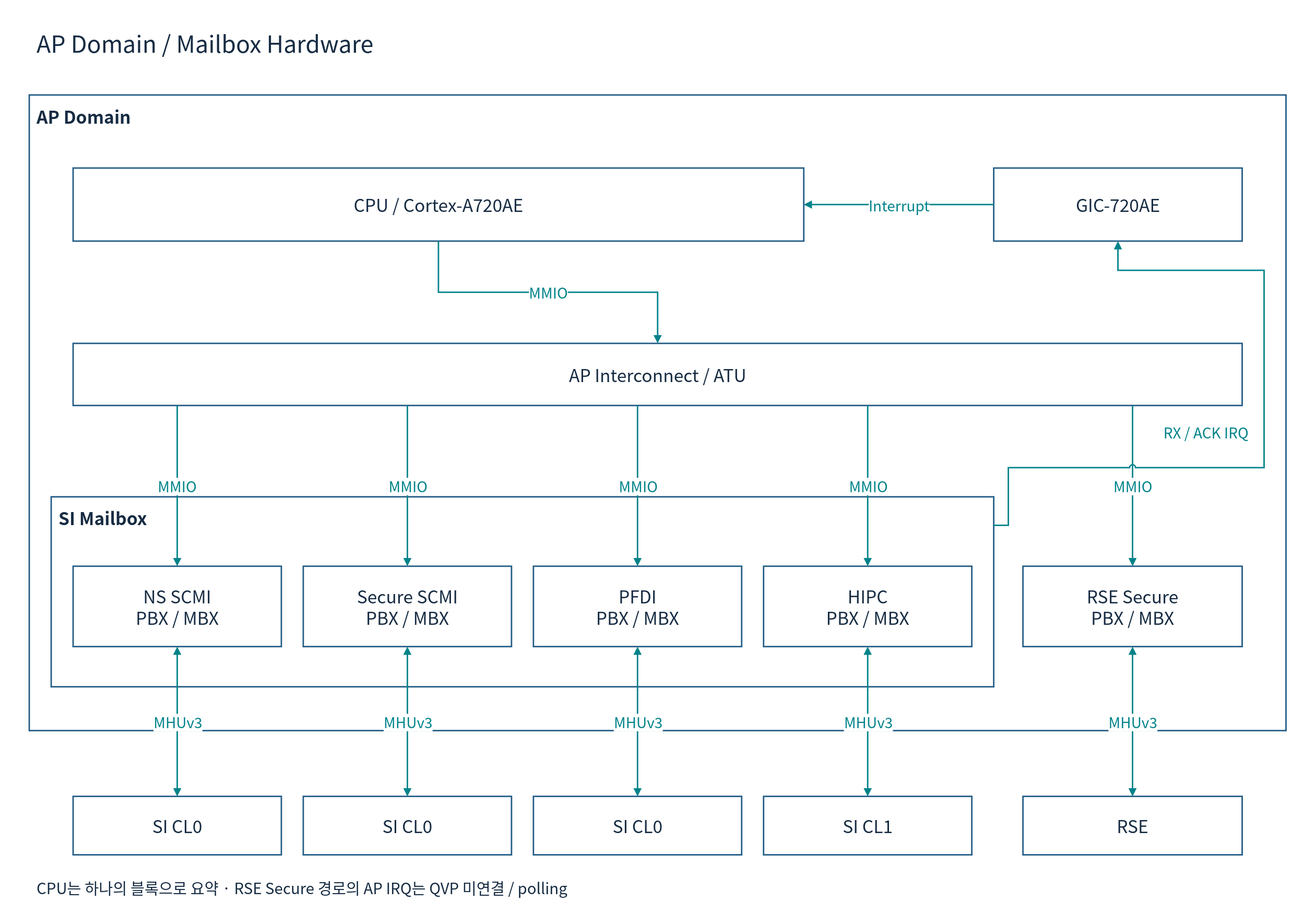
cometzero/project-apollo keeps this draw.io diagram as doc/phase1/mailbox/diagrams/03-ap-hardware.drawio.svg. Above is the earlier version. Source tidied: cells renumbered, new cells last; positions are measured from the earlier drawing's top-left corner, leaving out a move shared by most shapes.
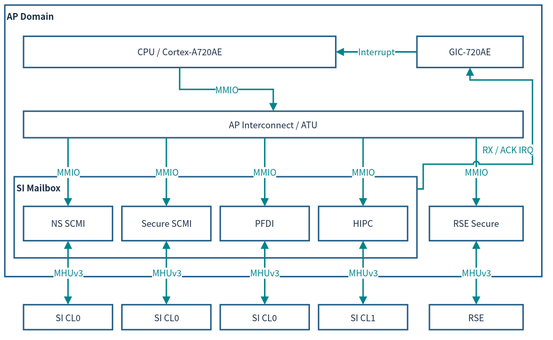
The same diagram one commit later.

What changed in the source:
```diff
@@ -2,107 +2,98 @@
   <root>
     <mxCell id="0" />
     <mxCell id="1" parent="0" />
-    <mxCell id="2" style="rounded=0;whiteSpace=wrap;html=1;fillColor=#FFFFFF;strokeColor=#235D86;strokeWidth=2;fontColor=#172C43;fontFamily=Noto Sans CJK KR;fontSize=24;spacing=10;strokeColor=none;" parent="1" vertex="1">
-      <mxGeometry width="1800" height="1250" as="geometry" />
-    </mxCell>
-    <mxCell id="3" value="AP Domain / Mailbox Hardware" style="rounded=0;whiteSpace=wrap;html=1;fillColor=#FFFFFF;strokeColor=#235D86;strokeWidth=2;fontColor=#172C43;fontFamily=Noto Sans CJK KR;fontSize=24;spacing=10;strokeColor=none;fontSize=32;align=left;" parent="1" vertex="1">
-      <mxGeometry x="40" y="25" width="1720" height="65" as="geometry" />
-    </mxCell>
-    <mxCell id="4" value="AP Domain" style="rounded=0;whiteSpace=wrap;html=1;fillColor=#FFFFFF;strokeColor=#235D86;strokeWidth=2;fontColor=#172C43;fontFamily=Noto Sans CJK KR;fontSize=24;spacing=10;verticalAlign=top;align=left;fontStyle=1;" parent="1" vertex="1">
-      <mxGeometry x="40" y="130" width="1720" height="870" as="geometry" />
+    <mxCell id="4" value="AP Domain" style="rounded=0;whiteSpace=wrap;html=1;fillColor=#FFFFFF;strokeColor=#235D86;strokeWidth=2;fontColor=#172C43;fontFamily=Noto Sans CJK KR;verticalAlign=top;align=left;fontStyle=1;fontSize=12;spacing=3;whiteSpace=wrap;" parent="1" vertex="1">
+      <mxGeometry x="16.3" y="27" width="735.7" height="372.1" as="geometry" />
     </mxCell>
-    <mxCell id="5" value="CPU / Cortex-A720AE" style="rounded=0;whiteSpace=wrap;html=1;fillColor=#FFFFFF;strokeColor=#235D86;strokeWidth=2;fontColor=#172C43;fontFamily=Noto Sans CJK KR;fontSize=24;spacing=10;" parent="4" vertex="1">
-      <mxGeometry x="60" y="100" width="1000" height="100" as="geometry" />
+    <mxCell id="5" value="CPU / Cortex-A720AE" style="rounded=0;whiteSpace=wrap;html=1;fillColor=#FFFFFF;strokeColor=#235D86;strokeWidth=2;fontColor=#172C43;fontFamily=Noto Sans CJK KR;fontSize=12;spacing=3;whiteSpace=wrap;" parent="4" vertex="1">
+      <mxGeometry x="25.7" y="42.8" width="427.8" height="42.8" as="geometry" />
     </mxCell>
-    <mxCell id="6" value="GIC-720AE" style="rounded=0;whiteSpace=wrap;html=1;fillColor=#FFFFFF;strokeColor=#235D86;strokeWidth=2;fontColor=#172C43;fontFamily=Noto Sans CJK KR;fontSize=24;spacing=10;" parent="4" vertex="1">
-      <mxGeometry x="1320" y="100" width="340" height="100" as="geometry" />
+    <mxCell id="6" value="GIC-720AE" style="rounded=0;whiteSpace=wrap;html=1;fillColor=#FFFFFF;strokeColor=#235D86;strokeWidth=2;fontColor=#172C43;fontFamily=Noto Sans CJK KR;fontSize=12;spacing=3;whiteSpace=wrap;" parent="4" vertex="1">
+      <mxGeometry x="564.6" y="42.8" width="145.4" height="42.8" as="geometry" />
     </mxCell>
-    <mxCell id="7" value="AP Interconnect / ATU" style="rounded=0;whiteSpace=wrap;html=1;fillColor=#FFFFFF;strokeColor=#235D86;strokeWidth=2;fontColor=#172C43;fontFamily=Noto Sans CJK KR;fontSize=24;spacing=10;" parent="4" vertex="1">
-      <mxGeometry x="60" y="340" width="1600" height="85" as="geometry" />
+    <mxCell id="7" value="AP Interconnect / ATU" style="rounded=0;whiteSpace=wrap;html=1;fillColor=#FFFFFF;strokeColor=#235D86;strokeWidth=2;fontColor=#172C43;fontFamily=Noto Sans CJK KR;fontSize=12;spacing=3;whiteSpace=wrap;" parent="4" vertex="1">
+      <mxGeometry x="25.7" y="145.4" width="684.4" height="36.4" as="geometry" />
     </mxCell>
-    <mxCell id="8" value="SI Mailbox" style="rounded=0;whiteSpace=wrap;html=1;fillColor=#FFFFFF;strokeColor=#235D86;strokeWidth=2;fontColor=#172C43;fontFamily=Noto Sans CJK KR;fontSize=24;spacing=10;verticalAlign=top;align=left;fontStyle=1;" parent="4" vertex="1">
-      <mxGeometry x="30" y="550" width="1290" height="260" as="geometry" />
+    <mxCell id="8" value="SI Mailbox" style="rounded=0;whiteSpace=wrap;html=1;fillColor=#FFFFFF;strokeColor=#235D86;strokeWidth=2;fontColor=#172C43;fontFamily=Noto Sans CJK KR;verticalAlign=top;align=left;fontStyle=1;fontSize=12;spacing=3;whiteSpace=wrap;" parent="4" vertex="1">
+      <mxGeometry x="12.8" y="235.3" width="551.8" height="111.2" as="geometry" />
     </mxCell>
-    <mxCell id="9" value="NS SCMI&lt;br&gt;PBX / MBX" style="rounded=0;whiteSpace=wrap;html=1;fillColor=#FFFFFF;strokeColor=#235D86;strokeWidth=2;fontColor=#172C43;fontFamily=Noto Sans CJK KR;fontSize=24;spacing=10;" parent="8" vertex="1">
-      <mxGeometry x="30" y="95" width="285" height="110" as="geometry" />
+    <mxCell id="9" value="NS SCMI" style="rounded=0;whiteSpace=wrap;html=1;fillColor=#FFFFFF;strokeColor=#235D86;strokeWidth=2;fontColor=#172C43;fontFamily=Noto Sans CJK KR;fontSize=12;spacing=3;whiteSpace=wrap;" parent="8" vertex="1">
+      <mxGeometry x="12.8" y="40.6" width="121.9" height="47" as="geometry" />
     </mxCell>
-    <mxCell id="10" value="Secure SCMI&lt;br&gt;PBX / MBX" style="rounded=0;whiteSpace=wrap;html=1;fillColor=#FFFFFF;strokeColor=#235D86;strokeWidth=2;fontColor=#172C43;fontFamily=Noto Sans CJK KR;fontSize=24;spacing=10;" parent="8" vertex="1">
-      <mxGeometry x="345" y="95" width="285" height="110" as="geometry" />
+    <mxCell id="10" value="Secure SCMI" style="rounded=0;whiteSpace=wrap;html=1;fillColor=#FFFFFF;strokeColor=#235D86;strokeWidth=2;fontColor=#172C43;fontFamily=Noto Sans CJK KR;fontSize=12;spacing=3;whiteSpace=wrap;" parent="8" vertex="1">
+      <mxGeometry x="147.6" y="40.6" width="121.9" height="47" as="geometry" />
     </mxCell>
-    <mxCell id="11" value="PFDI&lt;br&gt;PBX / MBX" style="rounded=0;whiteSpace=wrap;html=1;fillColor=#FFFFFF;strokeColor=#235D86;strokeWidth=2;fontColor=#172C43;fontFamily=Noto Sans CJK KR;fontSize=24;spacing=10;" parent="8" vertex="1">
-      <mxGeometry x="660" y="95" width="285" height="110" as="geometry" />
+    <mxCell id="11" value="PFDI" style="rounded=0;whiteSpace=wrap;html=1;fillColor=#FFFFFF;strokeColor=#235D86;strokeWidth=2;fontColor=#172C43;fontFamily=Noto Sans CJK KR;fontSize=12;spacing=3;whiteSpace=wrap;" parent="8" vertex="1">
+      <mxGeometry x="282.3" y="40.6" width="121.9" height="47" as="geometry" />
     </mxCell>
-    <mxCell id="12" value="HIPC&lt;br&gt;PBX / MBX" style="rounded=0;whiteSpace=wrap;html=1;fillColor=#FFFFFF;strokeColor=#235D86;strokeWidth=2;fontColor=#172C43;fontFamily=Noto Sans CJK KR;fontSize=24;spacing=10;" parent="8" vertex="1">
-      <mxGeometry x="975" y="95" width="285" height="110" as="geometry" />
+    <mxCell id="12" value="HIPC" style="rounded=0;whiteSpace=wrap;html=1;fillColor=#FFFFFF;strokeColor=#235D86;strokeWidth=2;fontColor=#172C43;fontFamily=Noto Sans CJK KR;fontSize=12;spacing=3;whiteSpace=wrap;" parent="8" vertex="1">
+      <mxGeometry x="417.1" y="40.6" width="121.9" height="47" as="geometry" />
     </mxCell>
-    <mxCell id="13" value="RSE Secure&lt;br&gt;PBX / MBX" style="rounded=0;whiteSpace=wrap;html=1;fillColor=#FFFFFF;strokeColor=#235D86;strokeWidth=2;fontColor=#172C43;fontFamily=Noto Sans CJK KR;fontSize=24;spacing=10;" parent="4" vertex="1">
-      <mxGeometry x="1360" y="645" width="300" height="110" as="geometry" />
+    <mxCell id="13" value="RSE Secure" style="rounded=0;whiteSpace=wrap;html=1;fillColor=#FFFFFF;strokeColor=#235D86;strokeWidth=2;fontColor=#172C43;fontFamily=Noto Sans CJK KR;fontSize=12;spacing=3;whiteSpace=wrap;" parent="4" vertex="1">
+      <mxGeometry x="581.7" y="275.9" width="128.3" height="47" as="geometry" />
     </mxCell>
-    <mxCell id="14" value="MMIO" style="edgeStyle=orthogonalEdgeStyle;rounded=0;html=1;endArrow=block;endFill=1;strokeWidth=2;strokeColor=#00838A;fontColor=#00838A;fontFamily=Noto Sans CJK KR;fontSize=20;labelBackgroundColor=#FFFFFF;jumpStyle=arc;exitX=0.5;exitY=1;entryX=0.5;entryY=0;" parent="1" edge="1" source="5" target="7">
+    <mxCell id="14" value="MMIO" style="edgeStyle=orthogonalEdgeStyle;rounded=0;html=1;endArrow=block;endFill=1;strokeWidth=2;strokeColor=#00838A;fontColor=#00838A;fontFamily=Noto Sans CJK KR;labelBackgroundColor=#FFFFFF;jumpStyle=arc;exitX=0.5;exitY=1;entryX=0.5;entryY=0;fontSize=12;spacing=3;whiteSpace=nowrap;" parent="1" edge="1" source="5" target="7">
       <mxGeometry relative="1" as="geometry" />
     </mxCell>
-    <mxCell id="15" value="Interrupt" style="edgeStyle=orthogonalEdgeStyle;rounded=0;html=1;endArrow=block;endFill=1;strokeWidth=2;strokeColor=#00838A;fontColor=#00838A;fontFamily=Noto Sans CJK KR;fontSize=20;labelBackgroundColor=#FFFFFF;jumpStyle=arc;exitX=0;exitY=0.5;entryX=1;entryY=0.5;" parent="1" edge="1" source="6" target="5">
+    <mxCell id="15" value="Interrupt" style="edgeStyle=orthogonalEdgeStyle;rounded=0;html=1;endArrow=block;endFill=1;strokeWidth=2;strokeColor=#00838A;fontColor=#00838A;fontFamily=Noto Sans CJK KR;labelBackgroundColor=#FFFFFF;jumpStyle=arc;exitX=0;exitY=0.5;entryX=1;entryY=0.5;fontSize=12;spacing=3;whiteSpace=nowrap;" parent="1" edge="1" source="6" target="5">
       <mxGeometry relative="1" as="geometry" />
     </mxCell>
-    <mxCell id="16" value="SI CL0" style="rounded=0;whiteSpace=wrap;html=1;fillColor=#FFFFFF;strokeColor=#235D86;strokeWidth=2;fontColor=#172C43;fontFamily=Noto Sans CJK KR;fontSize=24;spacing=10;" parent="1" vertex="1">
-      <mxGeometry x="100" y="1090" width="285" height="80" as="geometry" />
+    <mxCell id="16" value="SI CL0" style="rounded=0;whiteSpace=wrap;html=1;fillColor=#FFFFFF;strokeColor=#235D86;strokeWidth=2;fontColor=#172C43;fontFamily=Noto Sans CJK KR;fontSize=12;spacing=3;whiteSpace=wrap;" parent="1" vertex="1">
+      <mxGeometry x="41.9" y="437.6" width="121.9" height="34.2" as="geometry" />
     </mxCell>
-    <mxCell id="17" value="MMIO" style="edgeStyle=orthogonalEdgeStyle;rounded=0;html=1;endArrow=block;endFill=1;strokeWidth=2;strokeColor=#00838A;fontColor=#00838A;fontFamily=Noto Sans CJK KR;fontSize=20;labelBackgroundColor=#FFFFFF;jumpStyle=arc;exitX=0.0890625;exitY=1;entryX=0.5;entryY=0;" parent="1" edge="1" source="7" target="9">
+    <mxCell id="17" value="MMIO" style="edgeStyle=orthogonalEdgeStyle;rounded=0;html=1;endArrow=block;endFill=1;strokeWidth=2;strokeColor=#00838A;fontColor=#00838A;fontFamily=Noto Sans CJK KR;labelBackgroundColor=#FFFFFF;jumpStyle=arc;exitX=0.0890625;exitY=1;entryX=0.5;entryY=0;fontSize=12;spacing=3;whiteSpace=nowrap;" parent="1" edge="1" source="7" target="9">
       <mxGeometry relative="1" as="geometry" />
     </mxCell>
-    <mxCell id="18" value="MHUv3" style="edgeStyle=orthogonalEdgeStyle;rounded=0;html=1;endArrow=block;endFill=1;strokeWidth=2;strokeColor=#00838A;fontColor=#00838A;fontFamily=Noto Sans CJK KR;fontSize=20;labelBackgroundColor=#FFFFFF;jumpStyle=arc;startArrow=block;startFill=1;exitX=0.5;exitY=1;entryX=0.5;entryY=0;" parent="1" edge="1" source="9" target="16">
+    <mxCell id="18" value="MHUv3" style="edgeStyle=orthogonalEdgeStyle;rounded=0;html=1;endArrow=block;endFill=1;strokeWidth=2;strokeColor=#00838A;fontColor=#00838A;fontFamily=Noto Sans CJK KR;labelBackgroundColor=#FFFFFF;jumpStyle=arc;startArrow=block;startFill=1;exitX=0.5;exitY=1;entryX=0.5;entryY=0;fontSize=12;spacing=3;whiteSpace=nowrap;" parent="1" edge="1" source="9" target="16">
       <mxGeometry relative="1" as="geometry" />
     </mxCell>
-    <mxCell id="19" value="SI CL0" style="rounded=0;whiteSpace=wrap;html=1;fillColor=#FFFFFF;strokeColor=#235D86;strokeWidth=2;fontColor=#172C43;fontFamily=Noto Sans CJK KR;fontSize=24;spacing=10;" parent="1" vertex="1">
-      <mxGeometry x="415" y="1090" width="285" height="80" as="geometry" />
+    <mxCell id="19" value="SI CL0" style="rounded=0;whiteSpace=wrap;html=1;fillColor=#FFFFFF;strokeColor=#235D86;strokeWidth=2;fontColor=#172C43;fontFamily=Noto Sans CJK KR;fontSize=12;spacing=3;whiteSpace=wrap;" parent="1" vertex="1">
+      <mxGeometry x="176.7" y="437.6" width="121.9" height="34.2" as="geometry" />
     </mxCell>
-    <mxCell id="20" value="MMIO" style="edgeStyle=orthogonalEdgeStyle;rounded=0;html=1;endArrow=block;endFill=1;strokeWidth=2;strokeColor=#00838A;fontColor=#00838A;fontFamily=Noto Sans CJK KR;fontSize=20;labelBackgroundColor=#FFFFFF;jumpStyle=arc;exitX=0.2859375;exitY=1;entryX=0.5;entryY=0;" parent="1" edge="1" source="7" target="10">
+    <mxCell id="20" value="MMIO" style="edgeStyle=orthogonalEdgeStyle;rounded=0;html=1;endArrow=block;endFill=1;strokeWidth=2;strokeColor=#00838A;fontColor=#00838A;fontFamily=Noto Sans CJK KR;labelBackgroundColor=#FFFFFF;jumpStyle=arc;exitX=0.2859375;exitY=1;entryX=0.5;entryY=0;fontSize=12;spacing=3;whiteSpace=nowrap;" parent="1" edge="1" source="7" target="10">
       <mxGeometry relative="1" as="geometry" />
     </mxCell>
-    <mxCell id="21" value="MHUv3" style="edgeStyle=orthogonalEdgeStyle;rounded=0;html=1;endArrow=block;endFill=1;strokeWidth=2;strokeColor=#00838A;fontColor=#00838A;fontFamily=Noto Sans CJK KR;fontSize=20;labelBackgroundColor=#FFFFFF;jumpStyle=arc;startArrow=block;startFill=1;exitX=0.5;exitY=1;entryX=0.5;entryY=0;" parent="1" edge="1" source="10" target="19">
+    <mxCell id="21" value="MHUv3" style="edgeStyle=orthogonalEdgeStyle;rounded=0;html=1;endArrow=block;endFill=1;strokeWidth=2;strokeColor=#00838A;fontColor=#00838A;fontFamily=Noto Sans CJK KR;labelBackgroundColor=#FFFFFF;jumpStyle=arc;startArrow=block;startFill=1;exitX=0.5;exitY=1;entryX=0.5;entryY=0;fontSize=12;spacing=3;whiteSpace=nowrap;" parent="1" edge="1" source="10" target="19">
       <mxGeometry relative="1" as="geometry" />
     </mxCell>
-    <mxCell id="22" value="SI CL0" style="rounded=0;whiteSpace=wrap;html=1;fillColor=#FFFFFF;strokeColor=#235D86;strokeWidth=2;fontColor=#172C43;fontFamily=Noto Sans CJK KR;fontSize=24;spacing=10;" parent="1" vertex="1">
-      <mxGeometry x="730" y="1090" width="285" height="80" as="geometry" />
+    <mxCell id="22" value="SI CL0" style="rounded=0;whiteSpace=wrap;html=1;fillColor=#FFFFFF;strokeColor=#235D86;strokeWidth=2;fontColor=#172C43;fontFamily=Noto Sans CJK KR;fontSize=12;spacing=3;whiteSpace=wrap;" parent="1" vertex="1">
+      <mxGeometry x="311.4" y="437.6" width="121.9" height="34.2" as="geometry" />
     </mxCell>
-    <mxCell id="23" value="MMIO" style="edgeStyle=orthogonalEdgeStyle;rounded=0;html=1;endArrow=block;endFill=1;strokeWidth=2;strokeColor=#00838A;fontColor=#00838A;fontFamily=Noto Sans CJK KR;fontSize=20;labelBackgroundColor=#FFFFFF;jumpStyle=arc;exitX=0.4828125;exitY=1;entryX=0.5;entryY=0;" parent="1" edge="1" source="7" target="11">
+    <mxCell id="23" value="MMIO" style="edgeStyle=orthogonalEdgeStyle;rounded=0;html=1;endArrow=block;endFill=1;strokeWidth=2;strokeColor=#00838A;fontColor=#00838A;fontFamily=Noto Sans CJK KR;labelBackgroundColor=#FFFFFF;jumpStyle=arc;exitX=0.4828125;exitY=1;entryX=0.5;entryY=0;fontSize=12;spacing=3;whiteSpace=nowrap;" parent="1" edge="1" source="7" target="11">
       <mxGeometry relative="1" as="geometry" />
     </mxCell>
-    <mxCell id="24" value="MHUv3" style="edgeStyle=orthogonalEdgeStyle;rounded=0;html=1;endArrow=block;endFill=1;strokeWidth=2;strokeColor=#00838A;fontColor=#00838A;fontFamily=Noto Sans CJK KR;fontSize=20;labelBackgroundColor=#FFFFFF;jumpStyle=arc;startArrow=block;startFill=1;exitX=0.5;exitY=1;entryX=0.5;entryY=0;" parent="1" edge="1" source="11" target="22">
+    <mxCell id="24" value="MHUv3" style="edgeStyle=orthogonalEdgeStyle;rounded=0;html=1;endArrow=block;endFill=1;strokeWidth=2;strokeColor=#00838A;fontColor=#00838A;fontFamily=Noto Sans CJK KR;labelBackgroundColor=#FFFFFF;jumpStyle=arc;startArrow=block;startFill=1;exitX=0.5;exitY=1;entryX=0.5;entryY=0;fontSize=12;spacing=3;whiteSpace=nowrap;" parent="1" edge="1" source="11" target="22">
       <mxGeometry relative="1" as="geometry" />
     </mxCell>
-    <mxCell id="25" value="SI CL1" style="rounded=0;whiteSpace=wrap;html=1;fillColor=#FFFFFF;strokeColor=#235D86;strokeWidth=2;fontColor=#172C43;fontFamily=Noto Sans CJK KR;fontSize=24;spacing=10;" parent="1" vertex="1">
-      <mxGeometry x="1045" y="1090" width="285" height="80" as="geometry" />
+    <mxCell id="25" value="SI CL1" style="rounded=0;whiteSpace=wrap;html=1;fillColor=#FFFFFF;strokeColor=#235D86;strokeWidth=2;fontColor=#172C43;fontFamily=Noto Sans CJK KR;fontSize=12;spacing=3;whiteSpace=wrap;" parent="1" vertex="1">
+      <mxGeometry x="446.2" y="437.6" width="121.9" height="34.2" as="geometry" />
     </mxCell>
-    <mxCell id="26" value="MMIO" style="edgeStyle=orthogonalEdgeStyle;rounded=0;html=1;endArrow=block;endFill=1;strokeWidth=2;strokeColor=#00838A;fontColor=#00838A;fontFamily=Noto Sans CJK KR;fontSize=20;labelBackgroundColor=#FFFFFF;jumpStyle=arc;exitX=0.6796875;exitY=1;entryX=0.5;entryY=0;" parent="1" edge="1" source="7" target="12">
+    <mxCell id="26" value="MMIO" style="edgeStyle=orthogonalEdgeStyle;rounded=0;html=1;endArrow=block;endFill=1;strokeWidth=2;strokeColor=#00838A;fontColor=#00838A;fontFamily=Noto Sans CJK KR;labelBackgroundColor=#FFFFFF;jumpStyle=arc;exitX=0.6796875;exitY=1;entryX=0.5;entryY=0;fontSize=12;spacing=3;whiteSpace=nowrap;" parent="1" edge="1" source="7" target="12">
       <mxGeometry relative="1" as="geometry" />
     </mxCell>
-    <mxCell id="27" value="MHUv3" style="edgeStyle=orthogonalEdgeStyle;rounded=0;html=1;endArrow=block;endFill=1;strokeWidth=2;strokeColor=#00838A;fontColor=#00838A;fontFamily=Noto Sans CJK KR;fontSize=20;labelBackgroundColor=#FFFFFF;jumpStyle=arc;startArrow=block;startFill=1;exitX=0.5;exitY=1;entryX=0.5;entryY=0;" parent="1" edge="1" source="12" target="25">
+    <mxCell id="27" value="MHUv3" style="edgeStyle=orthogonalEdgeStyle;rounded=0;html=1;endArrow=block;endFill=1;strokeWidth=2;strokeColor=#00838A;fontColor=#00838A;fontFamily=Noto Sans CJK KR;labelBackgroundColor=#FFFFFF;jumpStyle=arc;startArrow=block;startFill=1;exitX=0.5;exitY=1;entryX=0.5;entryY=0;fontSize=12;spacing=3;whiteSpace=nowrap;" parent="1" edge="1" source="12" target="25">
       <mxGeometry relative="1" as="geometry" />
     </mxCell>
-    <mxCell id="28" value="RSE" style="rounded=0;whiteSpace=wrap;html=1;fillColor=#FFFFFF;strokeColor=#235D86;strokeWidth=2;fontColor=#172C43;fontFamily=Noto Sans CJK KR;fontSize=24;spacing=10;" parent="1" vertex="1">
-      <mxGeometry x="1400" y="1090" width="300" height="80" as="geometry" />
+    <mxCell id="28" value="RSE" style="rounded=0;whiteSpace=wrap;html=1;fillColor=#FFFFFF;strokeColor=#235D86;strokeWidth=2;fontColor=#172C43;fontFamily=Noto Sans CJK KR;fontSize=12;spacing=3;whiteSpace=wrap;" parent="1" vertex="1">
+      <mxGeometry x="598" y="437.6" width="128.3" height="34.2" as="geometry" />
     </mxCell>
-    <mxCell id="29" value="MMIO" style="edgeStyle=orthogonalEdgeStyle;rounded=0;html=1;endArrow=block;endFill=1;strokeWidth=2;strokeColor=#00838A;fontColor=#00838A;fontFamily=Noto Sans CJK KR;fontSize=20;labelBackgroundColor=#FFFFFF;jumpStyle=arc;exitX=0.90625;exitY=1;entryX=0.5;entryY=0;" parent="1" edge="1" source="7" target="13">
+    <mxCell id="29" value="MMIO" style="edgeStyle=orthogonalEdgeStyle;rounded=0;html=1;endArrow=block;endFill=1;strokeWidth=2;strokeColor=#00838A;fontColor=#00838A;fontFamily=Noto Sans CJK KR;labelBackgroundColor=#FFFFFF;jumpStyle=arc;exitX=0.90625;exitY=1;entryX=0.5;entryY=0;fontSize=12;spacing=3;whiteSpace=nowrap;" parent="1" edge="1" source="7" target="13">
       <mxGeometry relative="1" as="geometry" />
     </mxCell>
-    <mxCell id="30" value="MHUv3" style="edgeStyle=orthogonalEdgeStyle;rounded=0;html=1;endArrow=block;endFill=1;strokeWidth=2;strokeColor=#00838A;fontColor=#00838A;fontFamily=Noto Sans CJK KR;fontSize=20;labelBackgroundColor=#FFFFFF;jumpStyle=arc;startArrow=block;startFill=1;exitX=0.5;exitY=1;entryX=0.5;entryY=0;" parent="1" edge="1" source="13" target="28">
+    <mxCell id="30" value="MHUv3" style="edgeStyle=orthogonalEdgeStyle;rounded=0;html=1;endArrow=block;endFill=1;strokeWidth=2;strokeColor=#00838A;fontColor=#00838A;fontFamily=Noto Sans CJK KR;labelBackgroundColor=#FFFFFF;jumpStyle=arc;startArrow=block;startFill=1;exitX=0.5;exitY=1;entryX=0.5;entryY=0;fontSize=12;spacing=3;whiteSpace=nowrap;" parent="1" edge="1" source="13" target="28">
       <mxGeometry relative="1" as="geometry" />
     </mxCell>
-    <mxCell id="31" value="RX / ACK IRQ" style="edgeStyle=orthogonalEdgeStyle;rounded=0;html=1;endArrow=block;endFill=1;strokeWidth=2;strokeColor=#00838A;fontColor=#00838A;fontFamily=Noto Sans CJK KR;fontSize=20;labelBackgroundColor=#FFFFFF;jumpStyle=arc;exitX=1;exitY=0.15;entryX=0.5;entryY=1;" parent="1" edge="1" source="8" target="6">
+    <mxCell id="31" value="RX / ACK IRQ" style="edgeStyle=orthogonalEdgeStyle;rounded=0;html=1;endArrow=block;endFill=1;strokeWidth=2;strokeColor=#00838A;fontColor=#00838A;fontFamily=Noto Sans CJK KR;labelBackgroundColor=#FFFFFF;jumpStyle=arc;exitX=1;exitY=0.15;entryX=0.5;entryY=1;fontSize=12;spacing=3;whiteSpace=nowrap;" parent="1" edge="1" source="8" target="6">
       <mxGeometry relative="1" as="geometry">
         <Array as="points">
-          <mxPoint x="1380" y="719" />
-          <mxPoint x="1380" y="640" />
-          <mxPoint x="1730" y="640" />
-          <mxPoint x="1730" y="370" />
-          <mxPoint x="1530" y="370" />
+          <mxPoint x="589.5" y="278.9" />
+          <mxPoint x="589.5" y="245.1" />
+          <mxPoint x="739.2" y="245.1" />
+          <mxPoint x="739.2" y="129.6" />
+          <mxPoint x="653.6" y="129.6" />
         </Array>
-        <mxPoint x="-80" y="-18" as="offset" />
+        <mxPoint x="-34.2" y="-7.7" as="offset" />
       </mxGeometry>
     </mxCell>
-    <mxCell id="32" value="CPU는 하나의 블록으로 요약 · RSE Secure 경로의 AP IRQ는 QVP 미연결 / polling" style="rounded=0;whiteSpace=wrap;html=1;fillColor=#FFFFFF;strokeColor=#235D86;strokeWidth=2;fontColor=#172C43;fontFamily=Noto Sans CJK KR;fontSize=24;spacing=10;strokeColor=none;fontSize=21;align=left;" parent="1" vertex="1">
-      <mxGeometry x="40" y="1190" width="1720" height="50" as="geometry" />
-    </mxCell>
   </root>
 </mxGraphModel>
```
